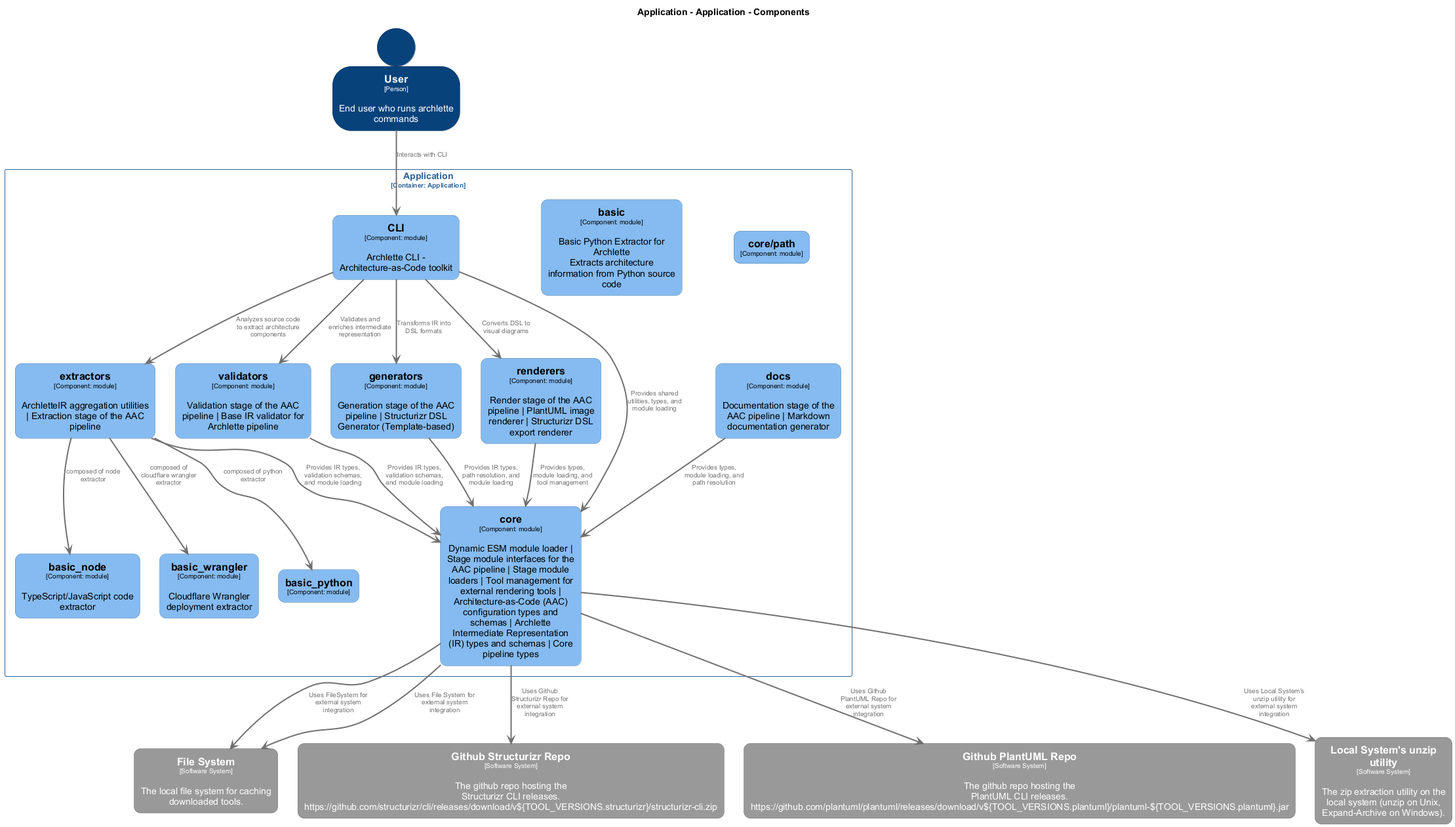
The PlantUML diagram docs/architecture/diagrams/structurizr-Components_Application.png in chrislyons-dev/archlette, before a commit.
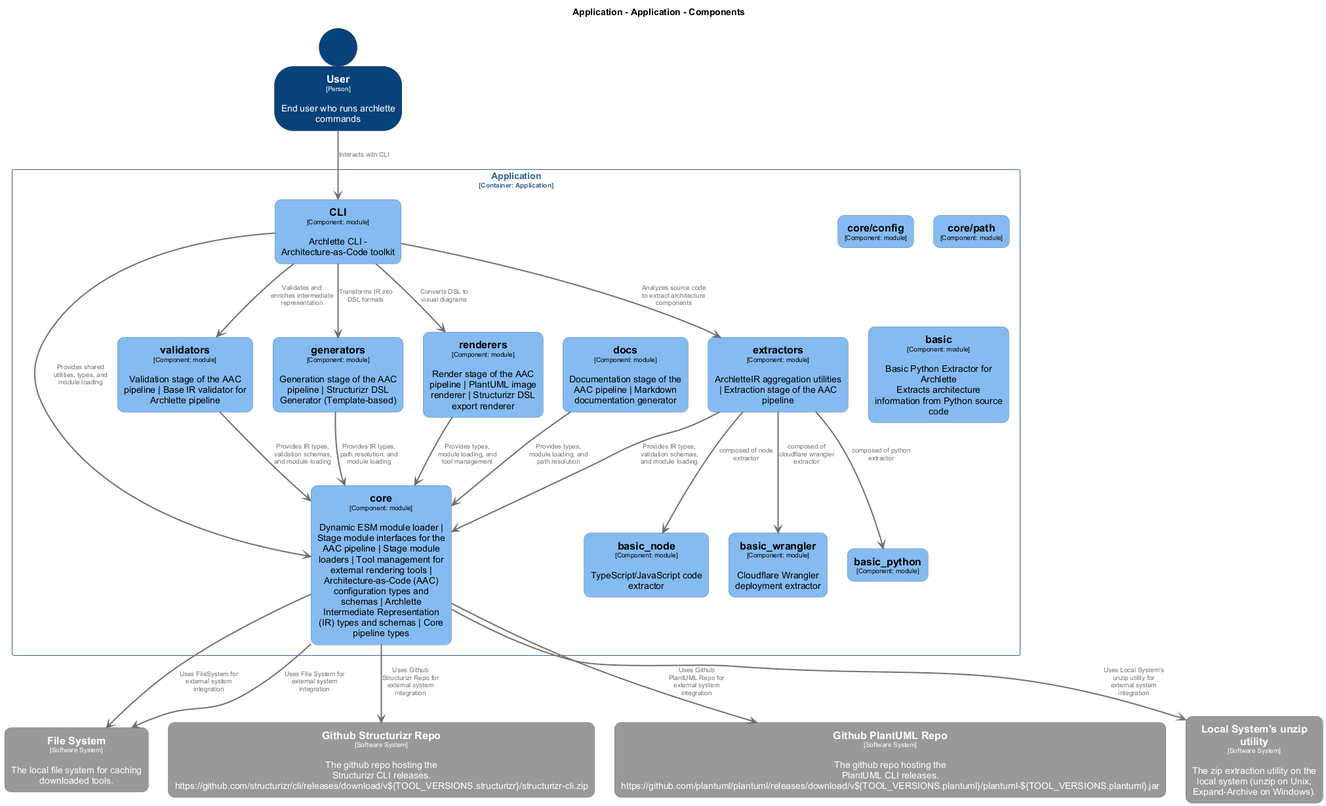
After the commit.

The edit, as a diff of the source:
```diff
@@ -99,6 +99,13 @@
   roundCorner 20
   shadowing false
 }
+skinparam rectangle<<Application.Application.coreconfig>> {
+  BackgroundColor #85bbf0
+  FontColor #000000
+  BorderColor #5d82a8
+  roundCorner 20
+  shadowing false
+}
 skinparam rectangle<<Application.Application.corepath>> {
   BackgroundColor #85bbf0
   FontColor #000000
@@ -160,6 +167,7 @@
   rectangle "==generators\n<size:10>[Component: module]</size>\n\nGeneration stage of the AAC pipeline | Structurizr DSL Generator (Template-based)" <<Application.Application.generators>> as Application.Application.generators
   rectangle "==renderers\n<size:10>[Component: module]</size>\n\nRender stage of the AAC pipeline | PlantUML image renderer | Structurizr DSL export renderer" <<Application.Application.renderers>> as Application.Application.renderers
   rectangle "==docs\n<size:10>[Component: module]</size>\n\nDocumentation stage of the AAC pipeline | Markdown documentation generator" <<Application.Application.docs>> as Application.Application.docs
+  rectangle "==core/config\n<size:10>[Component: module]</size>" <<Application.Application.coreconfig>> as Application.Application.coreconfig
   rectangle "==core\n<size:10>[Component: module]</size>\n\nDynamic ESM module loader | Stage module interfaces for the AAC pipeline | Stage module loaders | Tool management for external rendering tools | Architecture-as-Code (AAC) configuration types and schemas | Archlette Intermediate Representation (IR) types and schemas | Core pipeline types" <<Application.Application.core>> as Application.Application.core
   rectangle "==core/path\n<size:10>[Component: module]</size>" <<Application.Application.corepath>> as Application.Application.corepath
   rectangle "==basic_node\n<size:10>[Component: module]</size>\n\nTypeScript/JavaScript code extractor" <<Application.Application.basic_node>> as Application.Application.basic_node
```
